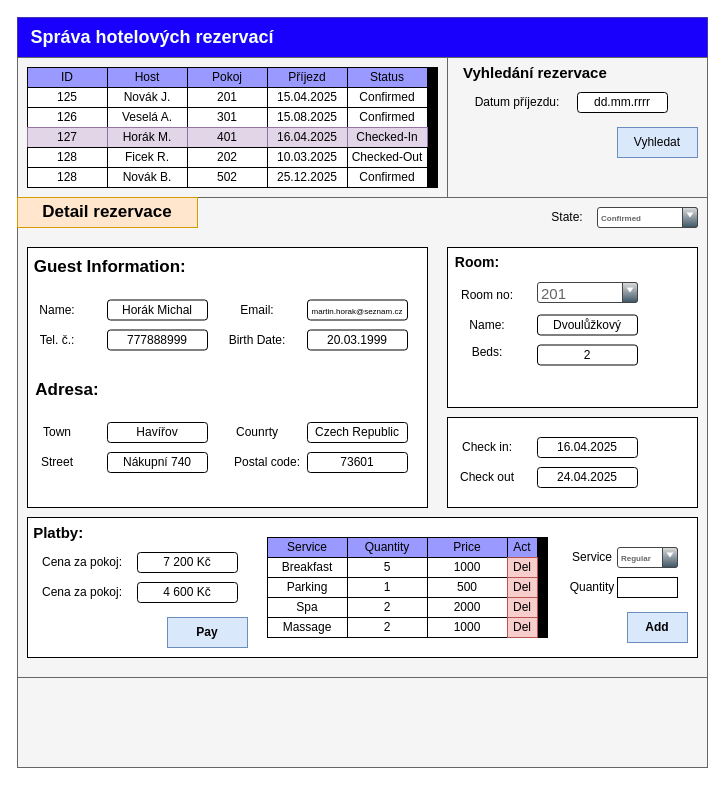
Earlier version of the draw.io diagram 4_semestr/DS 2/projekt/formular.drawio (elsnoxx/VSB). Source tidied: cells renumbered, new cells numbered last; positions are measured from the earlier drawing's top-left corner, leaving out a move shared by most shapes. Both pictures are drawn from the tidied source at 100%, with x=0, y=0 at pixel (17, 17).
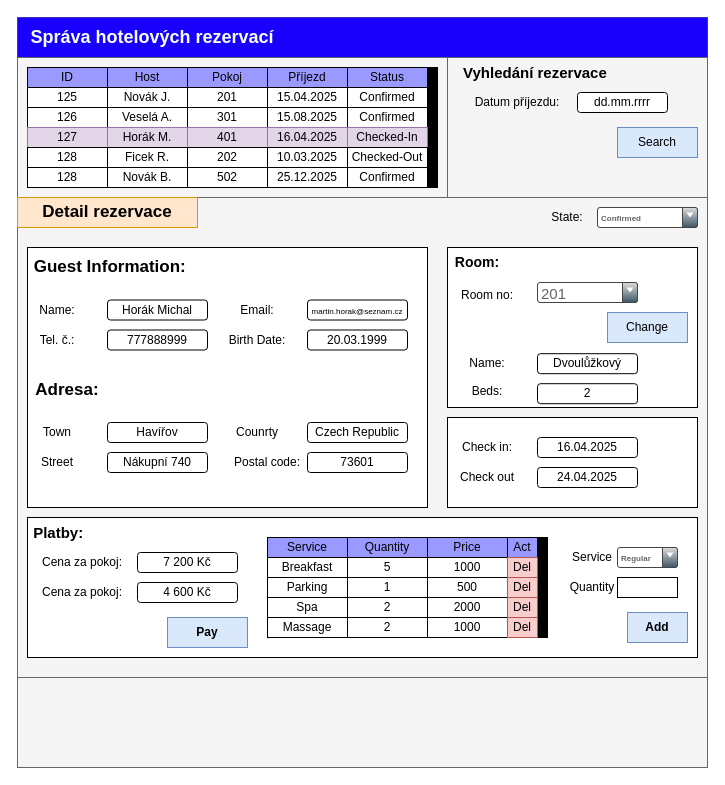
The same page after the edit.

Change to the diagram source:
```diff
@@
-    <mxCell id="9" value="Vyhledat" style="rounded=0;whiteSpace=wrap;html=1;fillColor=#dae8fc;strokeColor=#6c8ebf;" parent="1" vertex="1">
+    <mxCell id="9" value="Search" style="rounded=0;whiteSpace=wrap;html=1;fillColor=#dae8fc;strokeColor=#6c8ebf;" parent="1" vertex="1">
       <mxGeometry x="600" y="110" width="80" height="30" as="geometry" />
     </mxCell>
@@
     <mxCell id="69" value="Beds:" style="text;html=1;align=center;verticalAlign=middle;whiteSpace=wrap;rounded=0;" parent="1" vertex="1">
-      <mxGeometry x="440" y="320" width="60" height="30" as="geometry" />
+      <mxGeometry x="440" y="358.8" width="60" height="30" as="geometry" />
     </mxCell>
@@
     <mxCell id="71" value="Name:" style="text;html=1;align=center;verticalAlign=middle;whiteSpace=wrap;rounded=0;" parent="1" vertex="1">
-      <mxGeometry x="440" y="292.5" width="60" height="30" as="geometry" />
+      <mxGeometry x="440" y="331.2" width="60" height="30" as="geometry" />
     </mxCell>
     <mxCell id="72" value="Dvoulůžkový" style="rounded=1;whiteSpace=wrap;html=1;" parent="1" vertex="1">
-      <mxGeometry x="520" y="297.5" width="100" height="20" as="geometry" />
+      <mxGeometry x="520" y="336.2" width="100" height="20" as="geometry" />
     </mxCell>
     <mxCell id="73" value="2" style="rounded=1;whiteSpace=wrap;html=1;" parent="1" vertex="1">
-      <mxGeometry x="520" y="327.5" width="100" height="20" as="geometry" />
+      <mxGeometry x="520" y="366.2" width="100" height="20" as="geometry" />
     </mxCell>
@@
+    <mxCell id="113" value="Change" style="rounded=0;whiteSpace=wrap;html=1;fillColor=#dae8fc;strokeColor=#6c8ebf;" parent="1" vertex="1">
+      <mxGeometry x="590" y="295" width="80" height="30" as="geometry" />
+    </mxCell>
```
